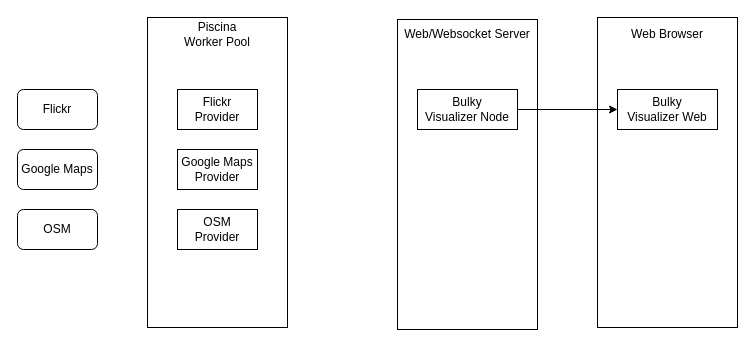
The draw.io diagram publication/figures/overall.drawio in YokoyamaLab/Splatone, before the edit. Source tidied: cells renumbered, new cells numbered last; positions are measured from the earlier drawing's top-left corner, leaving out a move shared by most shapes. Both pictures are drawn from the tidied source at 100%, with x=0, y=0 at pixel (17, 17).
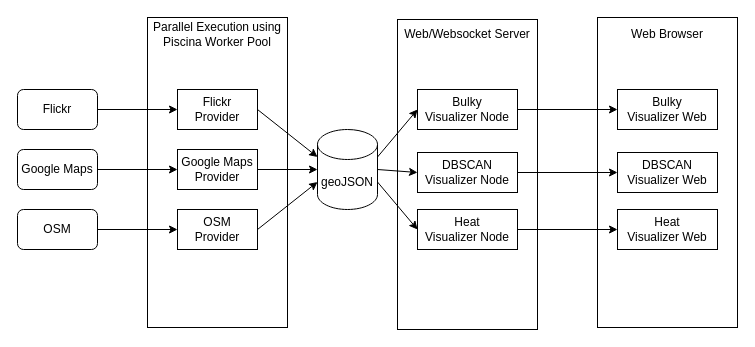
The same diagram, later.

Commit message:
overall.drawio を更新します

The change refers to these unchanged cells:
```xml
<mxCell id="5" value="Flickr" style="rounded=1;whiteSpace=wrap;html=1;" parent="1" vertex="1">
  <mxGeometry y="72" width="80" height="40" as="geometry" />
</mxCell>
<mxCell id="6" value="Google Maps" style="rounded=1;whiteSpace=wrap;html=1;" parent="1" vertex="1">
  <mxGeometry y="132" width="80" height="40" as="geometry" />
</mxCell>
<mxCell id="7" value="OSM" style="rounded=1;whiteSpace=wrap;html=1;" parent="1" vertex="1">
  <mxGeometry y="192" width="80" height="40" as="geometry" />
</mxCell>
<mxCell id="8" value="Flickr&lt;div&gt;Provider&lt;/div&gt;" style="rounded=0;whiteSpace=wrap;html=1;" parent="1" vertex="1">
  <mxGeometry x="160" y="72" width="80" height="40" as="geometry" />
</mxCell>
<mxCell id="9" value="Google Maps&lt;br&gt;&lt;div&gt;Provider&lt;/div&gt;" style="rounded=0;whiteSpace=wrap;html=1;" parent="1" vertex="1">
  <mxGeometry x="160" y="132" width="80" height="40" as="geometry" />
</mxCell>
<mxCell id="10" value="OSM&lt;br&gt;&lt;div&gt;Provider&lt;/div&gt;" style="rounded=0;whiteSpace=wrap;html=1;" parent="1" vertex="1">
  <mxGeometry x="160" y="192" width="80" height="40" as="geometry" />
</mxCell>
<mxCell id="12" value="&lt;div&gt;Bulky&lt;/div&gt;Visualizer Node" style="rounded=0;whiteSpace=wrap;html=1;" parent="1" vertex="1">
  <mxGeometry x="400" y="72" width="100" height="40" as="geometry" />
</mxCell>
```

Change to the diagram source:
```diff
@@
+    <mxCell id="17" style="edgeStyle=orthogonalEdgeStyle;rounded=0;jettySize=auto;html=1;exitX=1;exitY=0.5;exitDx=0;exitDy=0;entryX=0;entryY=0.5;entryDx=0;entryDy=0;" parent="1" edge="1" source="5" target="8">
+      <mxGeometry relative="1" as="geometry" />
+    </mxCell>
@@
+    <mxCell id="18" style="edgeStyle=orthogonalEdgeStyle;rounded=0;jettySize=auto;html=1;exitX=1;exitY=0.5;exitDx=0;exitDy=0;" parent="1" edge="1" source="6" target="9">
+      <mxGeometry relative="1" as="geometry" />
+    </mxCell>
@@
+    <mxCell id="19" style="edgeStyle=orthogonalEdgeStyle;rounded=0;jettySize=auto;html=1;exitX=1;exitY=0.5;exitDx=0;exitDy=0;entryX=0;entryY=0.5;entryDx=0;entryDy=0;" parent="1" edge="1" source="7" target="10">
+      <mxGeometry relative="1" as="geometry" />
+    </mxCell>
@@
-    <mxCell id="14" value="Piscina&lt;div&gt;Worker Pool&lt;/div&gt;" style="text;html=1;whiteSpace=wrap;strokeColor=none;fillColor=none;align=center;verticalAlign=middle;rounded=0;" parent="1" vertex="1">
+    <mxCell id="14" value="Parallel Execution using&lt;div&gt;Piscina Worker Pool&lt;/div&gt;" style="text;html=1;whiteSpace=wrap;strokeColor=none;fillColor=none;align=center;verticalAlign=middle;rounded=0;" parent="1" vertex="1">
       <mxGeometry x="130" y="2" width="140" height="30" as="geometry" />
     </mxCell>
@@
+    <mxCell id="20" value="&lt;div&gt;DBSCAN&lt;/div&gt;Visualizer Node" style="rounded=0;whiteSpace=wrap;html=1;" parent="1" vertex="1">
+      <mxGeometry x="400" y="135" width="100" height="40" as="geometry" />
+    </mxCell>
+    <mxCell id="21" style="edgeStyle=orthogonalEdgeStyle;rounded=0;jettySize=auto;html=1;exitX=1;exitY=0.5;exitDx=0;exitDy=0;entryX=0;entryY=0.5;entryDx=0;entryDy=0;" parent="1" edge="1" source="20" target="22">
+      <mxGeometry relative="1" as="geometry" />
+    </mxCell>
+    <mxCell id="22" value="&lt;div&gt;DBSCAN&lt;/div&gt;Visualizer Web" style="rounded=0;whiteSpace=wrap;html=1;" parent="1" vertex="1">
+      <mxGeometry x="600" y="135" width="100" height="40" as="geometry" />
+    </mxCell>
+    <mxCell id="23" value="&lt;div&gt;Heat&lt;/div&gt;Visualizer Node" style="rounded=0;whiteSpace=wrap;html=1;" parent="1" vertex="1">
+      <mxGeometry x="400" y="192" width="100" height="40" as="geometry" />
+    </mxCell>
+    <mxCell id="24" style="edgeStyle=orthogonalEdgeStyle;rounded=0;jettySize=auto;html=1;exitX=1;exitY=0.5;exitDx=0;exitDy=0;entryX=0;entryY=0.5;entryDx=0;entryDy=0;" parent="1" edge="1" source="23" target="25">
+      <mxGeometry relative="1" as="geometry" />
+    </mxCell>
+    <mxCell id="25" value="&lt;div&gt;&lt;span style=&quot;background-color: transparent; color: light-dark(rgb(0, 0, 0), rgb(255, 255, 255));&quot;&gt;Heat&lt;/span&gt;&lt;/div&gt;&lt;div&gt;&lt;span style=&quot;background-color: transparent; color: light-dark(rgb(0, 0, 0), rgb(255, 255, 255));&quot;&gt;Visualizer Web&lt;/span&gt;&lt;/div&gt;" style="rounded=0;whiteSpace=wrap;html=1;" parent="1" vertex="1">
+      <mxGeometry x="600" y="192" width="100" height="40" as="geometry" />
+    </mxCell>
+    <mxCell id="26" value="geoJSON" style="shape=cylinder3;whiteSpace=wrap;html=1;boundedLbl=1;backgroundOutline=1;size=15;" parent="1" vertex="1">
+      <mxGeometry x="300" y="112" width="60" height="80" as="geometry" />
+    </mxCell>
+    <mxCell id="27" style="endArrow=classic;html=1;rounded=0;exitX=1;exitY=0.5;exitDx=0;exitDy=0;entryX=0;entryY=0;entryDx=0;entryDy=27.5;entryPerimeter=0;" parent="1" edge="1" source="8" target="26">
+      <mxGeometry relative="1" as="geometry" />
+    </mxCell>
+    <mxCell id="28" style="endArrow=classic;html=1;rounded=0;exitX=1;exitY=0.5;exitDx=0;exitDy=0;entryX=0;entryY=0.5;entryDx=0;entryDy=0;entryPerimeter=0;" parent="1" edge="1" source="9" target="26">
+      <mxGeometry relative="1" as="geometry" />
+    </mxCell>
+    <mxCell id="29" style="endArrow=classic;html=1;rounded=0;exitX=1;exitY=0.5;exitDx=0;exitDy=0;entryX=0;entryY=0;entryDx=0;entryDy=52.5;entryPerimeter=0;" parent="1" edge="1" source="10" target="26">
+      <mxGeometry relative="1" as="geometry" />
+    </mxCell>
+    <mxCell id="30" style="endArrow=classic;html=1;rounded=0;entryX=0;entryY=0.5;entryDx=0;entryDy=0;exitX=1;exitY=0;exitDx=0;exitDy=27.5;exitPerimeter=0;" parent="1" edge="1" source="26" target="12">
+      <mxGeometry relative="1" as="geometry" />
+    </mxCell>
+    <mxCell id="31" style="endArrow=classic;html=1;rounded=0;entryX=0;entryY=0.5;entryDx=0;entryDy=0;exitX=1;exitY=0.5;exitDx=0;exitDy=0;exitPerimeter=0;" parent="1" edge="1" source="26" target="20">
+      <mxGeometry relative="1" as="geometry" />
+    </mxCell>
+    <mxCell id="32" style="endArrow=classic;html=1;rounded=0;entryX=0;entryY=0.5;entryDx=0;entryDy=0;exitX=1;exitY=0;exitDx=0;exitDy=52.5;exitPerimeter=0;" parent="1" edge="1" source="26" target="23">
+      <mxGeometry relative="1" as="geometry" />
+    </mxCell>
```
